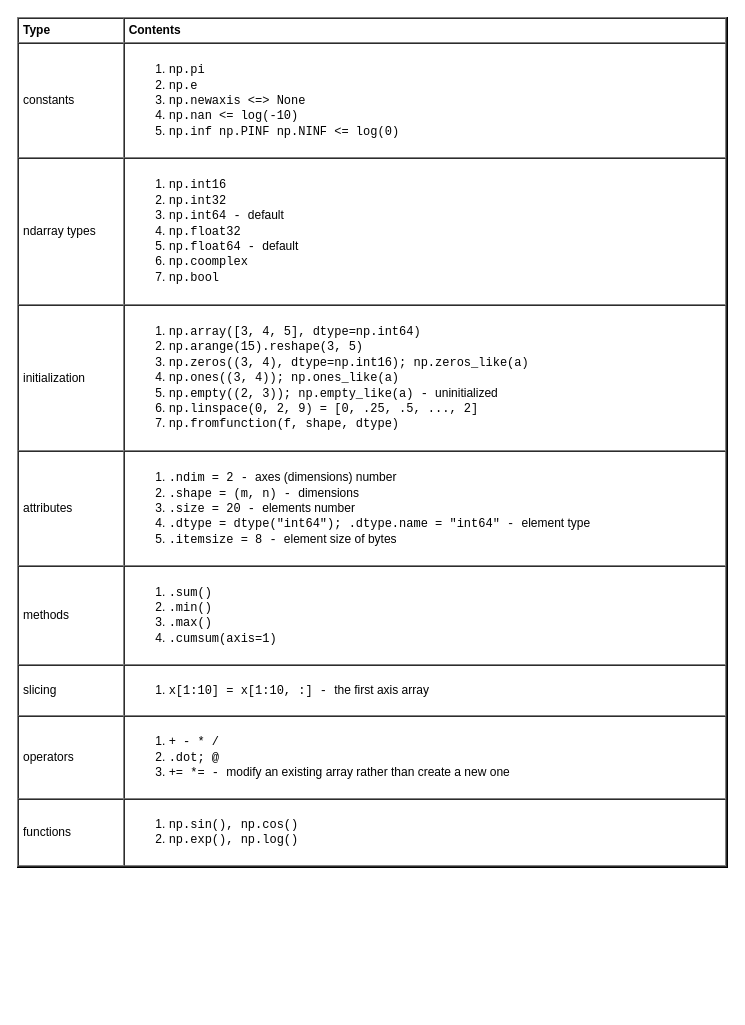
yangdj/tf_docs keeps this draw.io diagram as page "Numpy" (3 of 8) of ml/ml.drawio. Above is the earlier version. Source tidied: cells renumbered, new cells numbered last; positions are measured from the earlier drawing's top-left corner, leaving out a move shared by most shapes. Both pictures are drawn from the tidied source at 100%, with x=0, y=0 at pixel (17, 17).
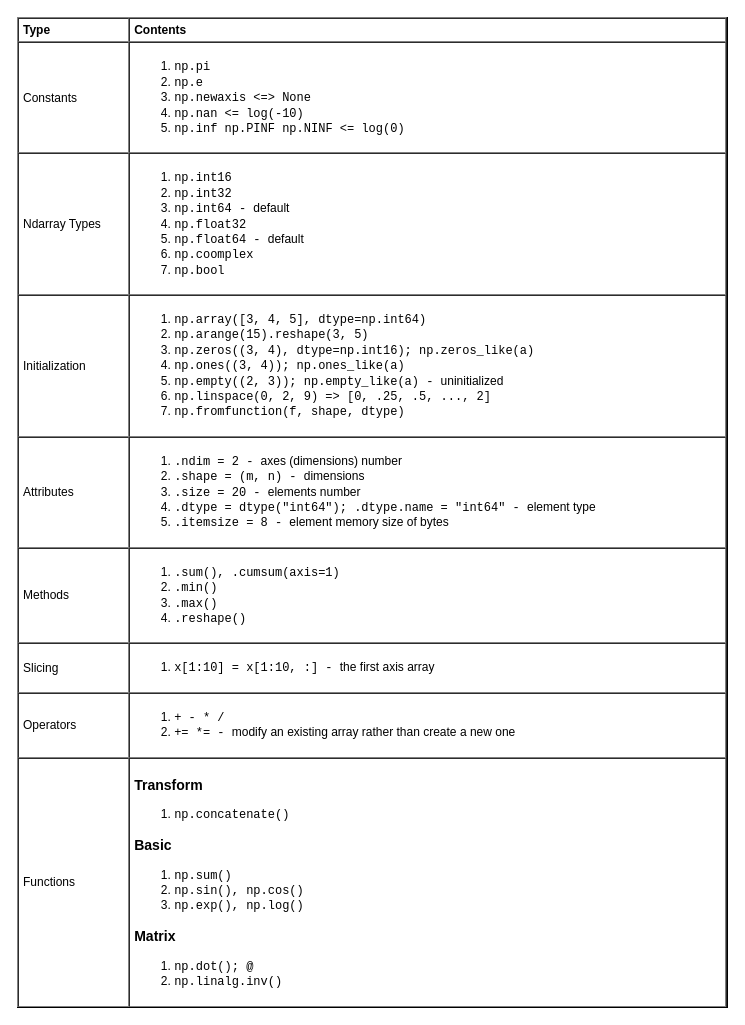
After the change.

Diff of the diagram source:
```diff
@@
 <mxGraphModel>
   <root>
     <mxCell id="0" />
     <mxCell id="1" parent="0" />
-    <mxCell id="2" value="&lt;table cellpadding=&quot;4&quot; cellspacing=&quot;0&quot; border=&quot;1&quot; style=&quot;font-size: 1em ; width: 100% ; height: 100%&quot;&gt;&lt;tbody&gt;&lt;tr&gt;&lt;th&gt;Type&lt;/th&gt;&lt;th&gt;Contents&lt;/th&gt;&lt;/tr&gt;&lt;tr&gt;&lt;td&gt;&lt;span style=&quot;text-align: center&quot;&gt;constants&lt;/span&gt;&lt;br&gt;&lt;/td&gt;&lt;td&gt;&lt;ol&gt;&lt;li&gt;&lt;font face=&quot;Courier New&quot;&gt;np.pi&lt;/font&gt;&lt;/li&gt;&lt;li&gt;&lt;font face=&quot;Courier New&quot;&gt;np.e&lt;/font&gt;&lt;/li&gt;&lt;li&gt;&lt;font face=&quot;Courier New&quot;&gt;np.newaxis &amp;lt;=&amp;gt; None&lt;/font&gt;&lt;/li&gt;&lt;li&gt;&lt;font face=&quot;Courier New&quot;&gt;np.nan &amp;lt;= log(-10)&lt;/font&gt;&lt;/li&gt;&lt;li&gt;&lt;font face=&quot;Courier New&quot;&gt;np.inf&amp;nbsp;np.PINF&amp;nbsp;&lt;/font&gt;&lt;font face=&quot;Courier New&quot; style=&quot;font-size: 1em&quot;&gt;np.NINF &amp;lt;= log(0)&lt;/font&gt;&lt;/li&gt;&lt;/ol&gt;&lt;/td&gt;&lt;/tr&gt;&lt;tr&gt;&lt;td&gt;&lt;span style=&quot;text-align: center&quot;&gt;ndarray types&lt;/span&gt;&lt;/td&gt;&lt;td&gt;&lt;ol&gt;&lt;li&gt;&lt;font face=&quot;Courier New&quot;&gt;np.int16&lt;/font&gt;&lt;/li&gt;&lt;li&gt;&lt;font face=&quot;Courier New&quot;&gt;np.int32&lt;/font&gt;&lt;/li&gt;&lt;li&gt;&lt;font face=&quot;Courier New&quot;&gt;np.int64 -&amp;nbsp;&lt;/font&gt;default&lt;/li&gt;&lt;li&gt;&lt;font face=&quot;Courier New&quot;&gt;np.float32&lt;/font&gt;&lt;/li&gt;&lt;li&gt;&lt;font face=&quot;Courier New&quot;&gt;np.float64 -&amp;nbsp;&lt;/font&gt;default&lt;/li&gt;&lt;li&gt;&lt;font face=&quot;Courier New&quot;&gt;np.coomplex&lt;/font&gt;&lt;/li&gt;&lt;li&gt;&lt;font face=&quot;Courier New&quot;&gt;np.bool&lt;/font&gt;&lt;/li&gt;&lt;/ol&gt;&lt;/td&gt;&lt;/tr&gt;&lt;tr&gt;&lt;td&gt;&lt;span style=&quot;text-align: center&quot;&gt;initialization&lt;/span&gt;&lt;/td&gt;&lt;td&gt;&lt;ol&gt;&lt;li&gt;&lt;font face=&quot;Courier New&quot;&gt;np.array([3, 4, 5], dtype=np.int64)&lt;/font&gt;&lt;/li&gt;&lt;li&gt;&lt;font face=&quot;Courier New&quot;&gt;np.arange(15).reshape(3, 5)&lt;/font&gt;&lt;/li&gt;&lt;li&gt;&lt;font face=&quot;Courier New&quot;&gt;np.zeros((3, 4), dtype=np.int16); np.zeros_like(a)&lt;/font&gt;&lt;/li&gt;&lt;li&gt;&lt;font face=&quot;Courier New&quot;&gt;np.ones((3, 4)); np.ones_like(a)&lt;/font&gt;&lt;/li&gt;&lt;li&gt;&lt;font face=&quot;Courier New&quot;&gt;np.empty((2, 3)); np.empty_like(a)&amp;nbsp;-&amp;nbsp;&lt;/font&gt;uninitialized&lt;/li&gt;&lt;li&gt;&lt;font face=&quot;Courier New&quot;&gt;np.linspace(0, 2, 9) = [0, .25, .5, ..., 2]&lt;/font&gt;&lt;/li&gt;&lt;li&gt;&lt;font face=&quot;Courier New&quot;&gt;np.fromfunction(f, shape, dtype)&lt;/font&gt;&lt;/li&gt;&lt;/ol&gt;&lt;/td&gt;&lt;/tr&gt;&lt;tr&gt;&lt;td&gt;&lt;span style=&quot;text-align: center&quot;&gt;attributes&lt;/span&gt;&lt;br&gt;&lt;/td&gt;&lt;td&gt;&lt;ol&gt;&lt;li&gt;&lt;font face=&quot;Courier New&quot;&gt;.ndim = 2&amp;nbsp;-&amp;nbsp;&lt;/font&gt;axes (dimensions) number&lt;/li&gt;&lt;li&gt;&lt;font face=&quot;Courier New&quot;&gt;.shape = (m, n)&amp;nbsp;-&amp;nbsp;&lt;/font&gt;dimensions&lt;/li&gt;&lt;li&gt;&lt;font face=&quot;Courier New&quot;&gt;.size = 20&amp;nbsp;-&amp;nbsp;&lt;/font&gt;elements number&lt;/li&gt;&lt;li&gt;&lt;font face=&quot;Courier New&quot;&gt;.dtype = dtype(&quot;int64&quot;); .dtype.name = &quot;int64&quot;&amp;nbsp;-&amp;nbsp;&lt;/font&gt;element type&lt;/li&gt;&lt;li&gt;&lt;font face=&quot;Courier New&quot;&gt;.itemsize = 8&amp;nbsp;-&amp;nbsp;&lt;/font&gt;element size of bytes&lt;/li&gt;&lt;/ol&gt;&lt;/td&gt;&lt;/tr&gt;&lt;tr&gt;&lt;td&gt;&lt;span style=&quot;text-align: center&quot;&gt;methods&lt;/span&gt;&lt;br&gt;&lt;/td&gt;&lt;td&gt;&lt;ol&gt;&lt;li&gt;&lt;font face=&quot;Courier New&quot;&gt;.sum()&lt;/font&gt;&lt;/li&gt;&lt;li&gt;&lt;font face=&quot;Courier New&quot;&gt;.min()&lt;/font&gt;&lt;/li&gt;&lt;li&gt;&lt;font face=&quot;Courier New&quot;&gt;.max()&lt;/font&gt;&lt;/li&gt;&lt;li&gt;&lt;font face=&quot;Courier New&quot;&gt;.cumsum(axis=1)&lt;/font&gt;&lt;/li&gt;&lt;/ol&gt;&lt;/td&gt;&lt;/tr&gt;&lt;tr&gt;&lt;td&gt;&lt;span style=&quot;text-align: center&quot;&gt;slicing&lt;/span&gt;&lt;br&gt;&lt;/td&gt;&lt;td&gt;&lt;ol&gt;&lt;li&gt;&lt;font face=&quot;Courier New&quot;&gt;x[1:10] = x[1:10, :] - &lt;/font&gt;the first axis array&lt;/li&gt;&lt;/ol&gt;&lt;/td&gt;&lt;/tr&gt;&lt;tr&gt;&lt;td&gt;&lt;span style=&quot;text-align: center&quot;&gt;operators&lt;/span&gt;&lt;br&gt;&lt;/td&gt;&lt;td&gt;&lt;ol&gt;&lt;li&gt;&lt;font face=&quot;Courier New&quot;&gt;+ - * /&lt;/font&gt;&lt;/li&gt;&lt;li&gt;&lt;font face=&quot;Courier New&quot;&gt;.dot; @&lt;/font&gt;&lt;/li&gt;&lt;li&gt;&lt;font face=&quot;Courier New&quot;&gt;+= *=&lt;font style=&quot;font-size: 1em&quot;&gt;&amp;nbsp;- &lt;/font&gt;&lt;/font&gt;&lt;font face=&quot;Helvetica&quot; style=&quot;font-size: 1em&quot;&gt;modify an existing array rather than create a new one&lt;/font&gt;&lt;/li&gt;&lt;/ol&gt;&lt;/td&gt;&lt;/tr&gt;&lt;tr&gt;&lt;td&gt;&lt;span style=&quot;text-align: center&quot;&gt;functions&lt;/span&gt;&lt;br&gt;&lt;/td&gt;&lt;td&gt;&lt;ol&gt;&lt;li&gt;&lt;font face=&quot;Courier New&quot;&gt;np.sin(), np.cos()&lt;/font&gt;&lt;/li&gt;&lt;li&gt;&lt;font face=&quot;Courier New&quot;&gt;np.exp(), np.log()&lt;/font&gt;&lt;/li&gt;&lt;/ol&gt;&lt;/td&gt;&lt;/tr&gt;&lt;/tbody&gt;&lt;/table&gt; " style="verticalAlign=top;align=left;overflow=fill;fontSize=12;fontFamily=Helvetica;html=1;" parent="1" vertex="1">
-      <mxGeometry width="710" height="850" as="geometry" />
+    <mxCell id="2" value="&lt;table cellpadding=&quot;4&quot; cellspacing=&quot;0&quot; border=&quot;1&quot; style=&quot;font-size: 1em ; width: 100% ; height: 100%&quot;&gt;&lt;tbody&gt;&lt;tr&gt;&lt;th&gt;Type&lt;/th&gt;&lt;th&gt;Contents&lt;/th&gt;&lt;/tr&gt;&lt;tr&gt;&lt;td&gt;&lt;span style=&quot;text-align: center&quot;&gt;Constants&lt;/span&gt;&lt;br&gt;&lt;/td&gt;&lt;td&gt;&lt;ol&gt;&lt;li&gt;&lt;font face=&quot;Courier New&quot;&gt;np.pi&lt;/font&gt;&lt;/li&gt;&lt;li&gt;&lt;font face=&quot;Courier New&quot;&gt;np.e&lt;/font&gt;&lt;/li&gt;&lt;li&gt;&lt;font face=&quot;Courier New&quot;&gt;np.newaxis &amp;lt;=&amp;gt; None&lt;/font&gt;&lt;/li&gt;&lt;li&gt;&lt;font face=&quot;Courier New&quot;&gt;np.nan &amp;lt;= log(-10)&lt;/font&gt;&lt;/li&gt;&lt;li&gt;&lt;font face=&quot;Courier New&quot;&gt;np.inf&amp;nbsp;np.PINF&amp;nbsp;&lt;/font&gt;&lt;font face=&quot;Courier New&quot; style=&quot;font-size: 1em&quot;&gt;np.NINF &amp;lt;= log(0)&lt;/font&gt;&lt;/li&gt;&lt;/ol&gt;&lt;/td&gt;&lt;/tr&gt;&lt;tr&gt;&lt;td&gt;&lt;span style=&quot;text-align: center&quot;&gt;Ndarray Types&lt;/span&gt;&lt;/td&gt;&lt;td&gt;&lt;ol&gt;&lt;li&gt;&lt;font face=&quot;Courier New&quot;&gt;np.int16&lt;/font&gt;&lt;/li&gt;&lt;li&gt;&lt;font face=&quot;Courier New&quot;&gt;np.int32&lt;/font&gt;&lt;/li&gt;&lt;li&gt;&lt;font face=&quot;Courier New&quot;&gt;np.int64 -&amp;nbsp;&lt;/font&gt;default&lt;/li&gt;&lt;li&gt;&lt;font face=&quot;Courier New&quot;&gt;np.float32&lt;/font&gt;&lt;/li&gt;&lt;li&gt;&lt;font face=&quot;Courier New&quot;&gt;np.float64 -&amp;nbsp;&lt;/font&gt;default&lt;/li&gt;&lt;li&gt;&lt;font face=&quot;Courier New&quot;&gt;np.coomplex&lt;/font&gt;&lt;/li&gt;&lt;li&gt;&lt;font face=&quot;Courier New&quot;&gt;np.bool&lt;/font&gt;&lt;/li&gt;&lt;/ol&gt;&lt;/td&gt;&lt;/tr&gt;&lt;tr&gt;&lt;td&gt;&lt;span style=&quot;text-align: center&quot;&gt;Initialization&lt;/span&gt;&lt;/td&gt;&lt;td&gt;&lt;ol&gt;&lt;li&gt;&lt;font face=&quot;Courier New&quot;&gt;np.array([3, 4, 5], dtype=np.int64)&lt;/font&gt;&lt;/li&gt;&lt;li&gt;&lt;font face=&quot;Courier New&quot;&gt;np.arange(15).reshape(3, 5)&lt;/font&gt;&lt;/li&gt;&lt;li&gt;&lt;font face=&quot;Courier New&quot;&gt;np.zeros((3, 4), dtype=np.int16); np.zeros_like(a)&lt;/font&gt;&lt;/li&gt;&lt;li&gt;&lt;font face=&quot;Courier New&quot;&gt;np.ones((3, 4)); np.ones_like(a)&lt;/font&gt;&lt;/li&gt;&lt;li&gt;&lt;font face=&quot;Courier New&quot;&gt;np.empty((2, 3)); np.empty_like(a)&amp;nbsp;-&amp;nbsp;&lt;/font&gt;uninitialized&lt;/li&gt;&lt;li&gt;&lt;font face=&quot;Courier New&quot;&gt;np.linspace(0, 2, 9) =&amp;gt; [0, .25, .5, ..., 2]&lt;/font&gt;&lt;/li&gt;&lt;li&gt;&lt;font face=&quot;Courier New&quot;&gt;np.fromfunction(f, shape, dtype)&lt;/font&gt;&lt;/li&gt;&lt;/ol&gt;&lt;/td&gt;&lt;/tr&gt;&lt;tr&gt;&lt;td&gt;&lt;span style=&quot;text-align: center&quot;&gt;Attributes&lt;/span&gt;&lt;br&gt;&lt;/td&gt;&lt;td&gt;&lt;ol&gt;&lt;li&gt;&lt;font face=&quot;Courier New&quot;&gt;.ndim = 2&amp;nbsp;-&amp;nbsp;&lt;/font&gt;axes (dimensions) number&lt;/li&gt;&lt;li&gt;&lt;font face=&quot;Courier New&quot;&gt;.shape = (m, n)&amp;nbsp;-&amp;nbsp;&lt;/font&gt;dimensions&lt;/li&gt;&lt;li&gt;&lt;font face=&quot;Courier New&quot;&gt;.size = 20&amp;nbsp;-&amp;nbsp;&lt;/font&gt;elements number&lt;/li&gt;&lt;li&gt;&lt;font face=&quot;Courier New&quot;&gt;.dtype = dtype(&quot;int64&quot;); .dtype.name = &quot;int64&quot;&amp;nbsp;-&amp;nbsp;&lt;/font&gt;element type&lt;/li&gt;&lt;li&gt;&lt;font face=&quot;Courier New&quot;&gt;.itemsize = 8&amp;nbsp;-&amp;nbsp;&lt;/font&gt;element memory size of bytes&lt;/li&gt;&lt;/ol&gt;&lt;/td&gt;&lt;/tr&gt;&lt;tr&gt;&lt;td&gt;&lt;span style=&quot;text-align: center&quot;&gt;Methods&lt;/span&gt;&lt;br&gt;&lt;/td&gt;&lt;td&gt;&lt;ol&gt;&lt;li&gt;&lt;font face=&quot;Courier New&quot;&gt;.sum(),&amp;nbsp;.cumsum(axis=1)&lt;/font&gt;&lt;/li&gt;&lt;li&gt;&lt;font face=&quot;Courier New&quot;&gt;.min()&lt;/font&gt;&lt;/li&gt;&lt;li&gt;&lt;font face=&quot;Courier New&quot;&gt;.max()&lt;/font&gt;&lt;/li&gt;&lt;li&gt;&lt;font face=&quot;Courier New&quot;&gt;.reshape()&lt;/font&gt;&lt;/li&gt;&lt;/ol&gt;&lt;/td&gt;&lt;/tr&gt;&lt;tr&gt;&lt;td&gt;&lt;span style=&quot;text-align: center&quot;&gt;Slicing&lt;/span&gt;&lt;br&gt;&lt;/td&gt;&lt;td&gt;&lt;ol&gt;&lt;li&gt;&lt;font face=&quot;Courier New&quot;&gt;x[1:10] = x[1:10, :] - &lt;/font&gt;the first axis array&lt;/li&gt;&lt;/ol&gt;&lt;/td&gt;&lt;/tr&gt;&lt;tr&gt;&lt;td&gt;&lt;span style=&quot;text-align: center&quot;&gt;Operators&lt;/span&gt;&lt;br&gt;&lt;/td&gt;&lt;td&gt;&lt;ol&gt;&lt;li&gt;&lt;font face=&quot;Courier New&quot;&gt;+ - * /&lt;/font&gt;&lt;/li&gt;&lt;li&gt;&lt;font face=&quot;Courier New&quot; style=&quot;font-size: 1em&quot;&gt;+= *=&lt;font style=&quot;font-size: 1em&quot;&gt;&amp;nbsp;- &lt;/font&gt;&lt;/font&gt;&lt;font face=&quot;Helvetica&quot; style=&quot;font-size: 1em&quot;&gt;modify an existing array rather than create a new one&lt;/font&gt;&lt;br&gt;&lt;/li&gt;&lt;/ol&gt;&lt;/td&gt;&lt;/tr&gt;&lt;tr&gt;&lt;td&gt;&lt;span style=&quot;text-align: center&quot;&gt;Functions&lt;/span&gt;&lt;br&gt;&lt;/td&gt;&lt;td&gt;&lt;h3&gt;&lt;span style=&quot;font-size: 1em&quot;&gt;Transform&lt;/span&gt;&lt;br&gt;&lt;/h3&gt;&lt;ol&gt;&lt;li&gt;&lt;span style=&quot;font-family: &amp;#34;courier new&amp;#34; ; font-size: 1em&quot;&gt;np.concatenate()&lt;/span&gt;&lt;/li&gt;&lt;/ol&gt;&lt;div&gt;&lt;h3&gt;&lt;span style=&quot;font-size: 1em&quot;&gt;Basic&lt;/span&gt;&lt;/h3&gt;&lt;ol&gt;&lt;li&gt;&lt;font face=&quot;Courier New&quot;&gt;np.sum()&lt;/font&gt;&lt;/li&gt;&lt;li&gt;&lt;font face=&quot;Courier New&quot;&gt;np.sin(), np.cos()&lt;/font&gt;&lt;/li&gt;&lt;li&gt;&lt;font face=&quot;Courier New&quot;&gt;np.exp(), np.log()&lt;/font&gt;&lt;/li&gt;&lt;/ol&gt;&lt;/div&gt;&lt;h3&gt;Matrix&lt;/h3&gt;&lt;div&gt;&lt;ol&gt;&lt;li&gt;&lt;font face=&quot;Courier New&quot;&gt;np.dot(); @&lt;/font&gt;&lt;/li&gt;&lt;li&gt;&lt;font face=&quot;Courier New&quot;&gt;np.linalg.inv()&lt;/font&gt;&lt;/li&gt;&lt;/ol&gt;&lt;/div&gt;&lt;/td&gt;&lt;/tr&gt;&lt;/tbody&gt;&lt;/table&gt; " style="verticalAlign=top;align=left;overflow=fill;fontSize=12;fontFamily=Helvetica;html=1;" parent="1" vertex="1">
+      <mxGeometry width="710" height="990" as="geometry" />
     </mxCell>
   </root>
 </mxGraphModel>
```
